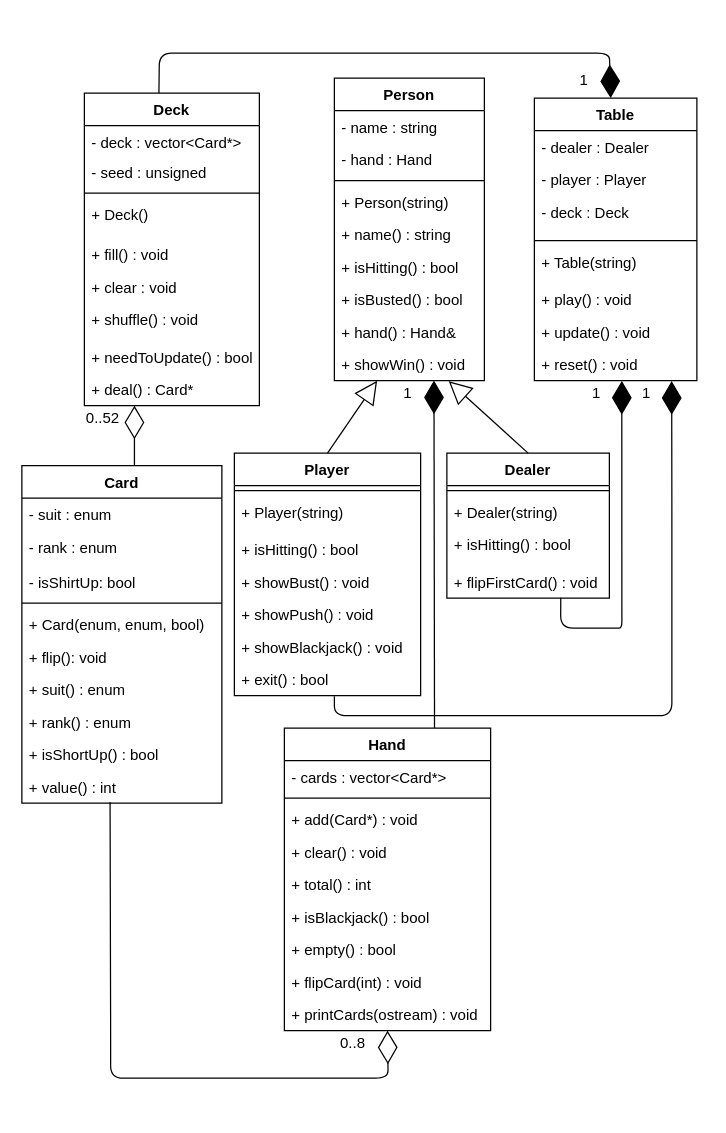
This is docs/black_jack.drawio from oasiskharkov/Blackjack, a draw.io file, before an edit. Source tidied: cells renumbered, new cells numbered last; positions are measured from the earlier drawing's top-left corner, leaving out a move shared by most shapes. Both pictures are drawn from the tidied source at 125%, with x=0, y=0 at pixel (21, 52).
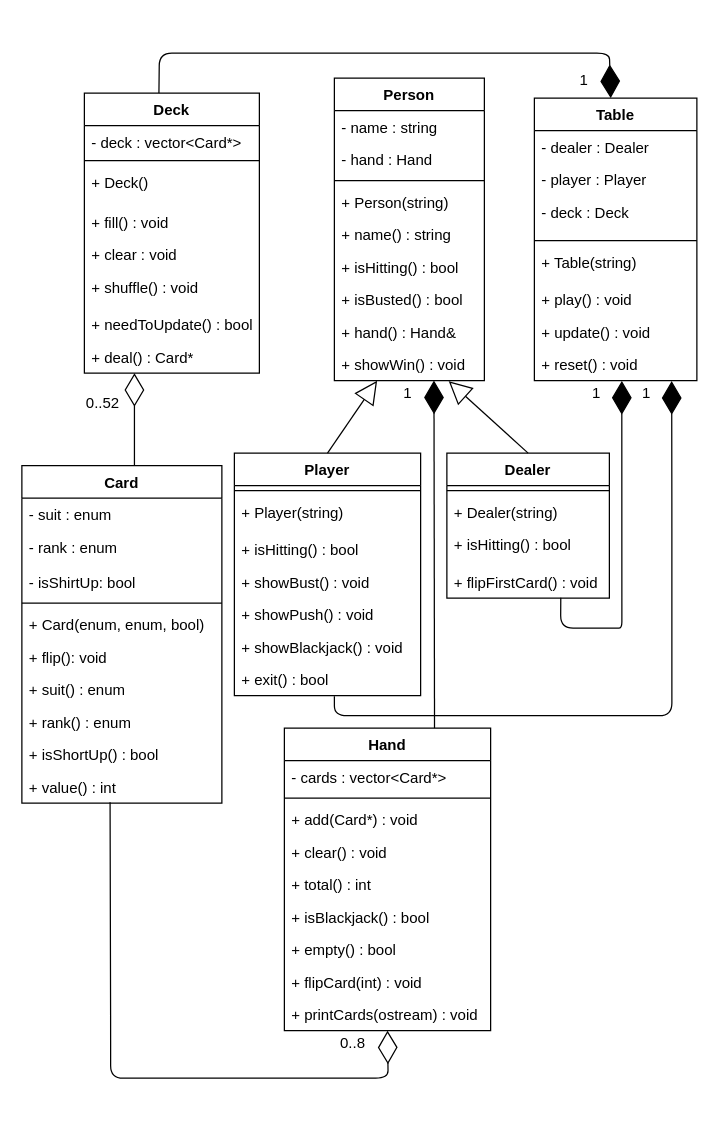
The same diagram, later.

Diff of the diagram source:
```diff
@@
     <mxCell id="13" value="Deck" style="swimlane;fontStyle=1;align=center;verticalAlign=top;horizontal=1;startSize=26;comic=0;" parent="1" vertex="1">
-      <mxGeometry x="50" y="32" width="140" height="250" as="geometry" />
+      <mxGeometry x="50" y="32" width="140" height="224" as="geometry" />
     </mxCell>
@@
-    <mxCell id="15" value="- seed : unsigned" style="text;strokeColor=none;fillColor=none;align=left;verticalAlign=top;spacingLeft=4;spacingRight=4;overflow=hidden;" parent="13" vertex="1">
-      <mxGeometry y="50" width="140" height="26" as="geometry" />
-    </mxCell>
     <mxCell id="16" style="line;strokeWidth=1;fillColor=none;align=left;verticalAlign=middle;spacingTop=-1;spacingLeft=3;spacingRight=3;labelPosition=right;" parent="13" vertex="1">
-      <mxGeometry y="76" width="140" height="8" as="geometry" />
+      <mxGeometry y="50" width="140" height="8" as="geometry" />
     </mxCell>
     <mxCell id="17" value="+ Deck()&#10;&#10; " style="text;strokeColor=none;fillColor=none;align=left;verticalAlign=top;spacingLeft=4;spacingRight=4;overflow=hidden;" parent="13" vertex="1">
-      <mxGeometry y="84" width="140" height="32" as="geometry" />
+      <mxGeometry y="58" width="140" height="32" as="geometry" />
     </mxCell>
     <mxCell id="18" value="+ fill() : void" style="text;strokeColor=none;fillColor=none;align=left;verticalAlign=top;spacingLeft=4;spacingRight=4;overflow=hidden;" parent="13" vertex="1">
-      <mxGeometry y="116" width="140" height="26" as="geometry" />
+      <mxGeometry y="90" width="140" height="26" as="geometry" />
     </mxCell>
     <mxCell id="19" value="+ clear : void" style="text;strokeColor=none;fillColor=none;align=left;verticalAlign=top;spacingLeft=4;spacingRight=4;overflow=hidden;" parent="13" vertex="1">
-      <mxGeometry y="142" width="140" height="26" as="geometry" />
+      <mxGeometry y="116" width="140" height="26" as="geometry" />
     </mxCell>
     <mxCell id="20" value="+ shuffle() : void" style="text;strokeColor=none;fillColor=none;align=left;verticalAlign=top;spacingLeft=4;spacingRight=4;overflow=hidden;comic=0;" parent="13" vertex="1">
-      <mxGeometry y="168" width="140" height="30" as="geometry" />
+      <mxGeometry y="142" width="140" height="30" as="geometry" />
     </mxCell>
     <mxCell id="21" value="+ needToUpdate() : bool" style="text;strokeColor=none;fillColor=none;align=left;verticalAlign=top;spacingLeft=4;spacingRight=4;overflow=hidden;" parent="13" vertex="1">
-      <mxGeometry y="198" width="140" height="26" as="geometry" />
+      <mxGeometry y="172" width="140" height="26" as="geometry" />
     </mxCell>
     <mxCell id="22" value="+ deal() : Card*" style="text;strokeColor=none;fillColor=none;align=left;verticalAlign=top;spacingLeft=4;spacingRight=4;overflow=hidden;points=[[0,0.5],[1,0.5]];portConstraint=eastwest;" parent="13" vertex="1">
-      <mxGeometry y="224" width="140" height="26" as="geometry" />
+      <mxGeometry y="198" width="140" height="26" as="geometry" />
     </mxCell>
@@
     <mxCell id="62" value="0..52" style="text;html=1;strokeColor=none;fillColor=none;align=center;verticalAlign=middle;whiteSpace=wrap;rounded=0;comic=0;" parent="1" vertex="1">
-      <mxGeometry x="50" y="282" width="30" height="20" as="geometry" />
+      <mxGeometry x="50" y="270" width="30" height="20" as="geometry" />
     </mxCell>
```
